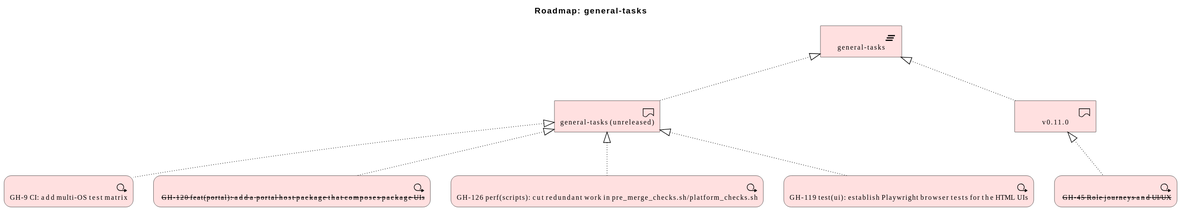
The PlantUML diagram architecture/model/diagrams/migration/plat-general-tasks-12.svg in wolffy-au/frictionless-architect, before a commit.
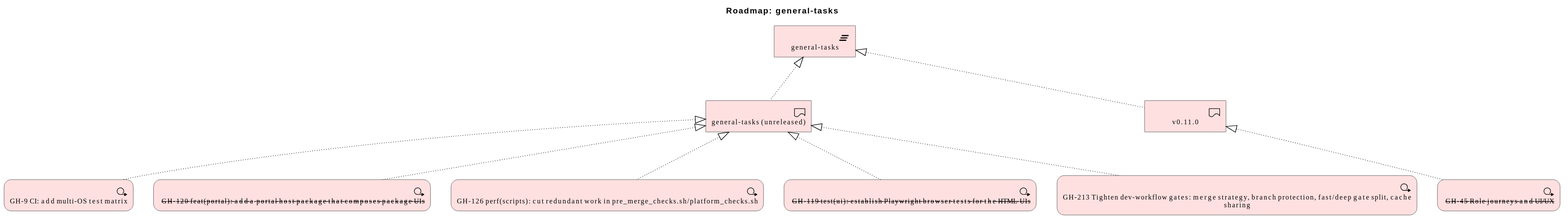
Above is the later version.

Change to the diagram source:
```diff
@@ -10,7 +10,8 @@
 Implementation_WorkPackage(e_id7b8c620c6e8b57, " --GH-120 feat(portal): add a portal host package that composes package UIs--")
 Implementation_WorkPackage(e_id5e8885cf97065f, "GH-126 perf(scripts): cut redundant work in pre_merge_checks.sh/platform_checks.sh")
 Implementation_WorkPackage(e_idc1aee8778ad250, " --GH-45 Role journeys and UI/UX--")
-Implementation_WorkPackage(e_id0c73670e085f56, "GH-119 test(ui): establish Playwright browser tests for the HTML UIs")
+Implementation_WorkPackage(e_id0c73670e085f56, " --GH-119 test(ui): establish Playwright browser tests for the HTML UIs--")
+Implementation_WorkPackage(e_id6a4e8fab15d05d, "GH-213 Tighten dev-workflow gates: merge strategy, branch protection, fast/deep gate split, cache sharing")
 
 Rel_Realization_Up(e_id60afdf6ad57851, e_id22bf5f935a2e57, "")
 Rel_Realization_Up(e_id1ae5ab16e4af56, e_id22bf5f935a2e57, "")
@@ -19,4 +20,5 @@
 Rel_Realization_Up(e_id5e8885cf97065f, e_id60afdf6ad57851, "")
 Rel_Realization_Up(e_idc1aee8778ad250, e_id1ae5ab16e4af56, "")
 Rel_Realization_Up(e_id0c73670e085f56, e_id60afdf6ad57851, "")
+Rel_Realization_Up(e_id6a4e8fab15d05d, e_id60afdf6ad57851, "")
 @enduml
```
